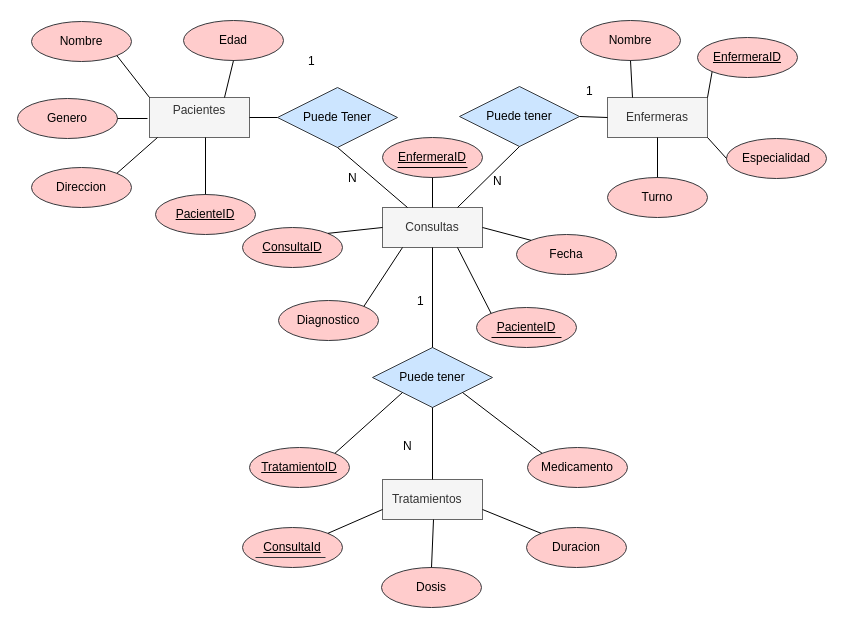
Earlier version of the draw.io diagram SistemaEnfermeria.drawio (Csandoval-dev/EtlExamenI). Source tidied: cells renumbered, new cells numbered last; positions are measured from the earlier drawing's top-left corner, leaving out a move shared by most shapes. Both pictures are drawn from the tidied source at 100%, with x=0, y=0 at pixel (17, 20).
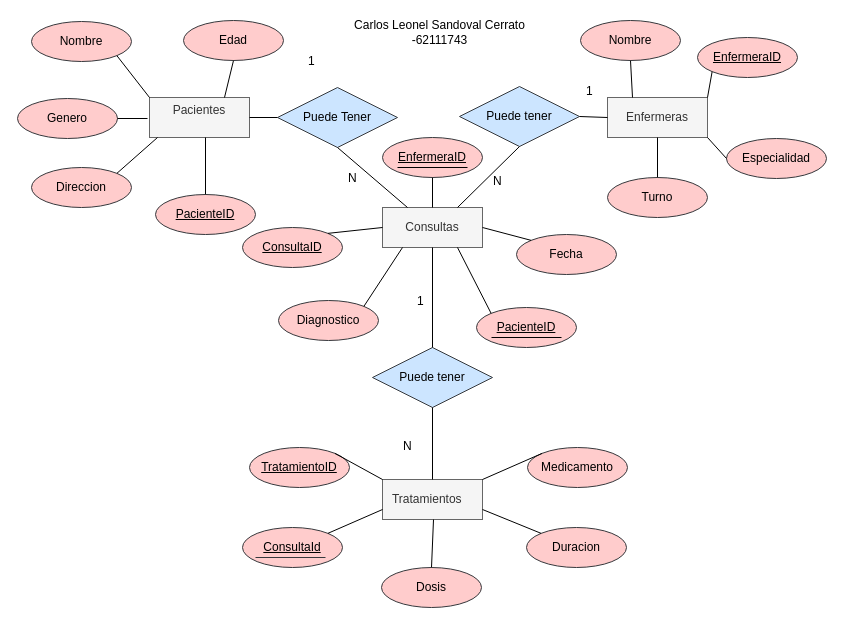
The same diagram, later.

Unchanged cells that the change refers to:
```xml
<mxCell id="45" value="Puede tener" style="shape=rhombus;perimeter=rhombusPerimeter;whiteSpace=wrap;html=1;align=center;fillColor=#cce5ff;strokeColor=#36393d;" parent="1" vertex="1">
  <mxGeometry x="355" y="327" width="120" height="60" as="geometry" />
</mxCell>
<mxCell id="46" value="Tratamientos&lt;span style=&quot;white-space: pre;&quot;&gt;&#9;&lt;/span&gt;" style="whiteSpace=wrap;html=1;align=center;fillColor=#f5f5f5;fontColor=#333333;strokeColor=#666666;" parent="1" vertex="1">
  <mxGeometry x="365" y="459" width="100" height="40" as="geometry" />
</mxCell>
<mxCell id="49" value="TratamientoID" style="ellipse;whiteSpace=wrap;html=1;align=center;fontStyle=4;fillColor=#ffcccc;strokeColor=#36393d;" parent="1" vertex="1">
  <mxGeometry x="232" y="427" width="100" height="40" as="geometry" />
</mxCell>
<mxCell id="50" value="Medicamento" style="ellipse;whiteSpace=wrap;html=1;align=center;fillColor=#ffcccc;strokeColor=#36393d;" parent="1" vertex="1">
  <mxGeometry x="510" y="427" width="100" height="40" as="geometry" />
</mxCell>
```

Diff of the diagram source:
```diff
@@
-    <mxCell id="55" style="endArrow=none;html=1;rounded=0;exitX=0;exitY=1;exitDx=0;exitDy=0;entryX=1;entryY=0;entryDx=0;entryDy=0;" parent="1" edge="1" source="45" target="49">
+    <mxCell id="55" style="endArrow=none;html=1;rounded=0;exitX=0;exitY=0;exitDx=0;exitDy=0;entryX=1;entryY=0;entryDx=0;entryDy=0;" parent="1" edge="1" source="46" target="49">
       <mxGeometry relative="1" as="geometry" />
     </mxCell>
-    <mxCell id="56" style="endArrow=none;html=1;rounded=0;exitX=1;exitY=1;exitDx=0;exitDy=0;entryX=0;entryY=0;entryDx=0;entryDy=0;" parent="1" edge="1" source="45" target="50">
+    <mxCell id="56" style="endArrow=none;html=1;rounded=0;exitX=1;exitY=0;exitDx=0;exitDy=0;entryX=0;entryY=0;entryDx=0;entryDy=0;" parent="1" edge="1" source="46" target="50">
       <mxGeometry relative="1" as="geometry" />
     </mxCell>
@@
+    <mxCell id="63" value="Carlos Leonel Sandoval Cerrato -62111743" style="text;html=1;align=center;verticalAlign=middle;whiteSpace=wrap;rounded=0;" parent="1" vertex="1">
+      <mxGeometry x="325" y="-3" width="195" height="30" as="geometry" />
+    </mxCell>
```
